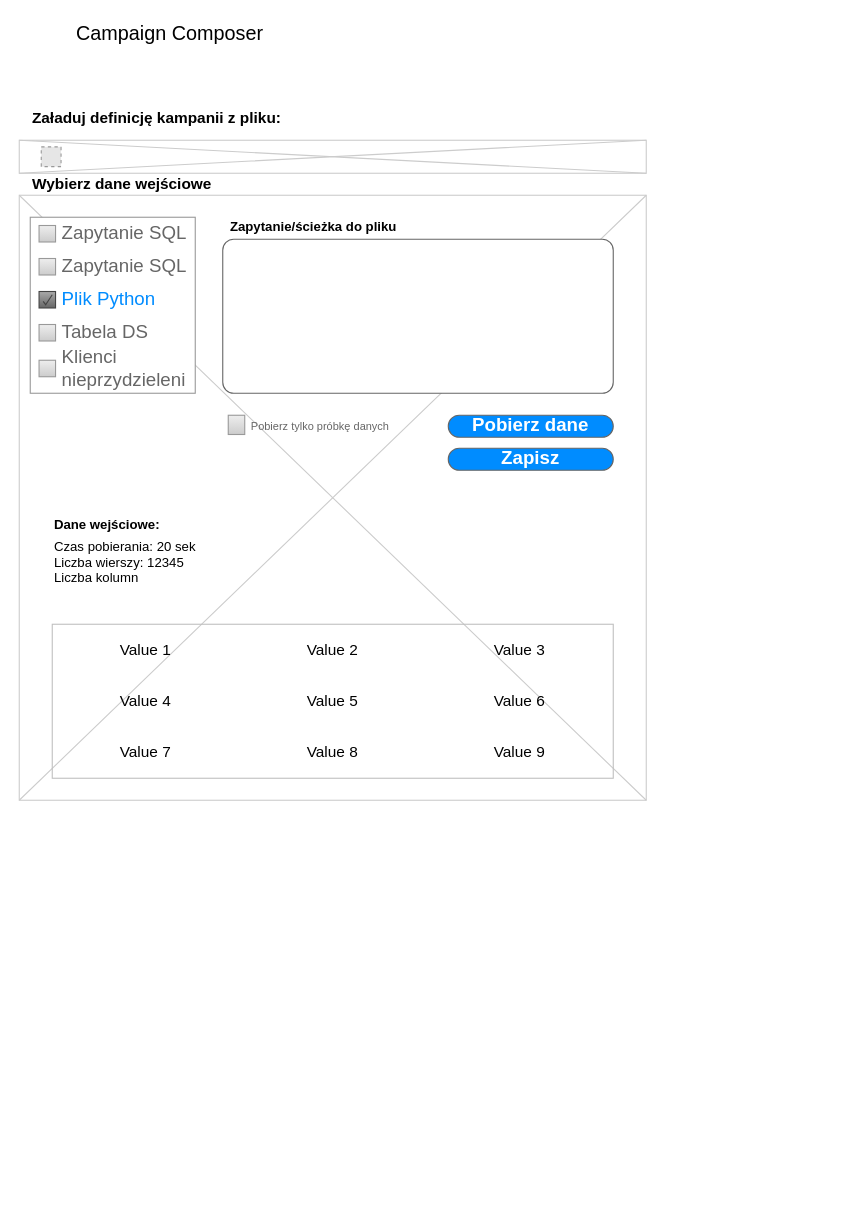
Above: Untitled Diagram.drawio in koxiol/blog (draw.io), before the change. Source tidied: cells renumbered, new cells numbered last; positions are measured from the earlier drawing's top-left corner, leaving out a move shared by most shapes. Both pictures are drawn from the tidied source at 110%, with x=0, y=0 at pixel (19, 19). Pictures stored in the file or linked from it are replaced by grey dashed boxes.
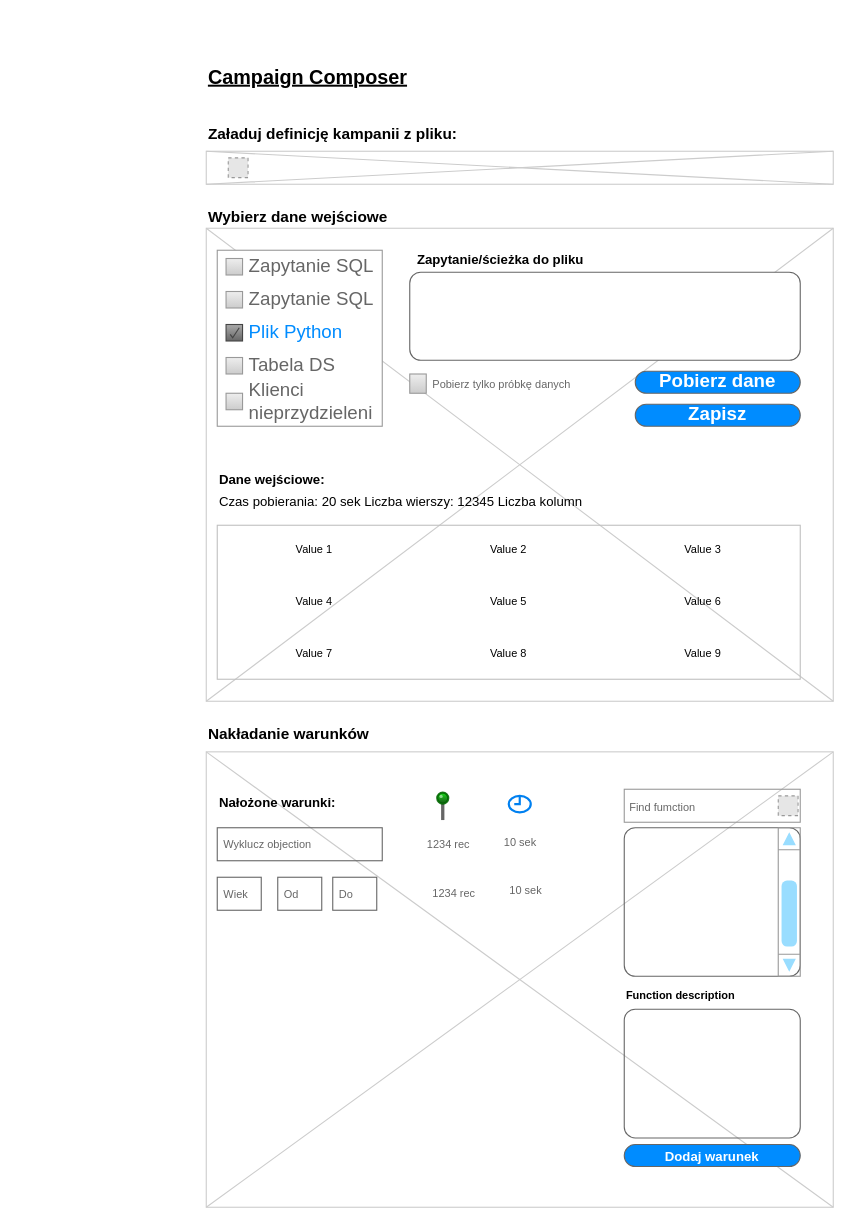
Above is the later version.

What changed in the source:
```diff
@@
     <mxCell id="2" style="verticalLabelPosition=bottom;verticalAlign=top;strokeWidth=1;shape=mxgraph.mockup.graphics.iconGrid;strokeColor=#CCCCCC;gridSize=1,1;" parent="1" vertex="1">
-      <mxGeometry y="160" width="570" height="550" as="geometry" />
+      <mxGeometry x="170" y="190" width="570" height="430" as="geometry" />
     </mxCell>
-    <mxCell id="3" value="Campaign Composer" style="text;spacingTop=-5;fontSize=18;fontStyle=0;" parent="1" vertex="1">
-      <mxGeometry x="50" width="230" height="20" as="geometry" />
+    <mxCell id="3" value="Campaign Composer" style="text;spacingTop=-5;fontSize=18;fontStyle=5;" parent="1" vertex="1">
+      <mxGeometry x="170" y="40" width="230" height="20" as="geometry" />
     </mxCell>
     <mxCell id="4" value="Wybierz dane wejściowe" style="text;spacingTop=-5;fontSize=14;fontStyle=1;" parent="1" vertex="1">
-      <mxGeometry x="10" y="140" width="250" height="20" as="geometry" />
+      <mxGeometry x="170" y="170" width="250" height="20" as="geometry" />
     </mxCell>
     <mxCell id="5" style="verticalLabelPosition=bottom;verticalAlign=top;strokeWidth=1;shape=mxgraph.mockup.graphics.iconGrid;strokeColor=#CCCCCC;gridSize=1,1;" parent="1" vertex="1">
-      <mxGeometry y="110" width="570" height="30" as="geometry" />
+      <mxGeometry x="170" y="120" width="570" height="30" as="geometry" />
     </mxCell>
     <mxCell id="6" value="Zapytanie/ścieżka do pliku" style="text;spacingTop=-5;fontStyle=1;" parent="1" vertex="1">
-      <mxGeometry x="190" y="180" width="30" height="20" as="geometry" />
+      <mxGeometry x="360" y="210" width="30" height="20" as="geometry" />
     </mxCell>
     <mxCell id="7" style="strokeWidth=1;shadow=0;dashed=0;align=center;html=1;shape=mxgraph.mockup.forms.rrect;rSize=0;strokeColor=#999999;fillColor=#ffffff;" parent="1" vertex="1">
-      <mxGeometry x="10" y="180" width="150" height="160" as="geometry" />
+      <mxGeometry x="180" y="210" width="150" height="160" as="geometry" />
     </mxCell>
@@
     <mxCell id="13" style="shape=mxgraph.mockup.containers.marginRect;rectMarginTop=10;strokeColor=#666666;strokeWidth=1;dashed=0;rounded=1;arcSize=5;" parent="1" vertex="1">
-      <mxGeometry x="185" y="190" width="355" height="150" as="geometry" />
+      <mxGeometry x="355" y="220" width="355" height="90" as="geometry" />
     </mxCell>
     <mxCell id="14" value="Załaduj definicję kampanii z pliku:" style="text;spacingTop=-5;fontSize=14;fontStyle=1;" parent="1" vertex="1">
-      <mxGeometry x="10" y="80" width="250" height="20" as="geometry" />
+      <mxGeometry x="170" y="94" width="250" height="20" as="geometry" />
     </mxCell>
     <mxCell id="15" style="fillColor=#E6E6E6;strokeColor=#999999;dashed=1;html=1;verticalAlign=top;verticalLabelPosition=bottom;labelBackgroundColor=#ffffff;fontSize=14;" parent="1" vertex="1">
-      <mxGeometry x="20" y="116" width="18" height="18" as="geometry" />
+      <mxGeometry x="190" y="126" width="18" height="18" as="geometry" />
     </mxCell>
     <mxCell id="16" value="Zapisz" style="strokeWidth=1;shadow=0;dashed=0;align=center;html=1;shape=mxgraph.mockup.buttons.button;strokeColor=#666666;fontColor=#ffffff;mainText=;buttonStyle=round;fontSize=17;fontStyle=1;fillColor=#008cff;whiteSpace=wrap;" parent="1" vertex="1">
-      <mxGeometry x="390" y="390" width="150" height="20" as="geometry" />
+      <mxGeometry x="560" y="350" width="150" height="20" as="geometry" />
     </mxCell>
     <mxCell id="17" value="Pobierz dane" style="strokeWidth=1;shadow=0;dashed=0;align=center;html=1;shape=mxgraph.mockup.buttons.button;strokeColor=#666666;fontColor=#ffffff;mainText=;buttonStyle=round;fontSize=17;fontStyle=1;fillColor=#008cff;whiteSpace=wrap;" parent="1" vertex="1">
-      <mxGeometry x="390" y="360" width="150" height="20" as="geometry" />
+      <mxGeometry x="560" y="320" width="150" height="20" as="geometry" />
     </mxCell>
-    <mxCell id="18" value="&lt;table border=&quot;0&quot; width=&quot;100%&quot; height=&quot;100%&quot; style=&quot;width:100%;height:100%;border-collapse:collapse;&quot;&gt;&lt;tr&gt;&lt;td align=&quot;center&quot;&gt;Value 1&lt;/td&gt;&lt;td align=&quot;center&quot;&gt;Value 2&lt;/td&gt;&lt;td align=&quot;center&quot;&gt;Value 3&lt;/td&gt;&lt;/tr&gt;&lt;tr&gt;&lt;td align=&quot;center&quot;&gt;Value 4&lt;/td&gt;&lt;td align=&quot;center&quot;&gt;Value 5&lt;/td&gt;&lt;td align=&quot;center&quot;&gt;Value 6&lt;/td&gt;&lt;/tr&gt;&lt;tr&gt;&lt;td align=&quot;center&quot;&gt;Value 7&lt;/td&gt;&lt;td align=&quot;center&quot;&gt;Value 8&lt;/td&gt;&lt;td align=&quot;center&quot;&gt;Value 9&lt;/td&gt;&lt;/tr&gt;&lt;/table&gt;" style="text;html=1;strokeColor=#c0c0c0;fillColor=none;overflow=fill;fontSize=14;" parent="1" vertex="1">
-      <mxGeometry x="30" y="550" width="510" height="140" as="geometry" />
+    <mxCell id="18" value="&lt;table border=&quot;0&quot; width=&quot;100%&quot; style=&quot;width: 100% ; height: 100% ; border-collapse: collapse ; font-size: 10px&quot;&gt;&lt;tbody&gt;&lt;tr&gt;&lt;td align=&quot;center&quot;&gt;&lt;font style=&quot;font-size: 10px&quot;&gt;Value 1&lt;/font&gt;&lt;/td&gt;&lt;td align=&quot;center&quot;&gt;&lt;font style=&quot;font-size: 10px&quot;&gt;Value 2&lt;/font&gt;&lt;/td&gt;&lt;td align=&quot;center&quot;&gt;&lt;font style=&quot;font-size: 10px&quot;&gt;Value 3&lt;/font&gt;&lt;/td&gt;&lt;/tr&gt;&lt;tr&gt;&lt;td align=&quot;center&quot;&gt;&lt;font style=&quot;font-size: 10px&quot;&gt;Value 4&lt;/font&gt;&lt;/td&gt;&lt;td align=&quot;center&quot;&gt;&lt;font style=&quot;font-size: 10px&quot;&gt;Value 5&lt;/font&gt;&lt;/td&gt;&lt;td align=&quot;center&quot;&gt;&lt;font style=&quot;font-size: 10px&quot;&gt;Value 6&lt;/font&gt;&lt;/td&gt;&lt;/tr&gt;&lt;tr&gt;&lt;td align=&quot;center&quot;&gt;&lt;font style=&quot;font-size: 10px&quot;&gt;Value 7&lt;/font&gt;&lt;/td&gt;&lt;td align=&quot;center&quot;&gt;&lt;font style=&quot;font-size: 10px&quot;&gt;Value 8&lt;/font&gt;&lt;/td&gt;&lt;td align=&quot;center&quot;&gt;&lt;font style=&quot;font-size: 10px&quot;&gt;Value 9&lt;/font&gt;&lt;/td&gt;&lt;/tr&gt;&lt;/tbody&gt;&lt;/table&gt;" style="text;html=1;strokeColor=#c0c0c0;fillColor=none;overflow=fill;fontSize=14;" parent="1" vertex="1">
+      <mxGeometry x="180" y="460" width="530" height="140" as="geometry" />
     </mxCell>
     <mxCell id="19" value="Dane wejściowe:&#10;" style="text;spacingTop=-5;fontStyle=1;" parent="1" vertex="1">
-      <mxGeometry x="30" y="451" width="30" height="20" as="geometry" />
+      <mxGeometry x="180" y="410" width="30" height="20" as="geometry" />
     </mxCell>
-    <mxCell id="20" value="Czas pobierania: 20 sek&#10;Liczba wierszy: 12345&#10;Liczba kolumn" style="text;spacingTop=-5;fontStyle=0;" parent="1" vertex="1">
-      <mxGeometry x="30" y="471" width="30" height="20" as="geometry" />
+    <mxCell id="20" value="Czas pobierania: 20 sek Liczba wierszy: 12345 Liczba kolumn" style="text;spacingTop=-5;fontStyle=0;" parent="1" vertex="1">
+      <mxGeometry x="180" y="430" width="30" height="20" as="geometry" />
     </mxCell>
     <mxCell id="21" value="&lt;font style=&quot;font-size: 10px&quot;&gt;Pobierz tylko próbkę danych&lt;/font&gt;" style="strokeWidth=1;shadow=0;dashed=0;align=center;html=1;shape=mxgraph.mockup.forms.rrect;rSize=0;fillColor=#eeeeee;strokeColor=#999999;gradientColor=#cccccc;align=left;spacingLeft=4;fontSize=17;fontColor=#666666;labelPosition=right;" parent="1" vertex="1">
-      <mxGeometry x="190" y="360" width="15" height="17.5" as="geometry" />
+      <mxGeometry x="355" y="322.5" width="15" height="17.5" as="geometry" />
     </mxCell>
+    <mxCell id="22" value="Nakładanie warunków" style="text;spacingTop=-5;fontSize=14;fontStyle=1;" parent="1" vertex="1">
+      <mxGeometry x="170" y="640" width="250" height="20" as="geometry" />
+    </mxCell>
+    <mxCell id="23" style="verticalLabelPosition=bottom;verticalAlign=top;strokeWidth=1;shape=mxgraph.mockup.graphics.iconGrid;strokeColor=#CCCCCC;gridSize=1,1;" parent="1" vertex="1">
+      <mxGeometry x="170" y="666" width="570" height="414" as="geometry" />
+    </mxCell>
+    <mxCell id="24" value="&lt;font style=&quot;font-size: 10px&quot;&gt;Find fumction&lt;/font&gt;" style="strokeWidth=1;shadow=0;dashed=0;align=center;html=1;shape=mxgraph.mockup.forms.pwField;strokeColor=#999999;mainText=;align=left;fontColor=#666666;fontSize=17;spacingLeft=3;fillColor=none;gradientColor=none;" parent="1" vertex="1">
+      <mxGeometry x="550" y="700" width="160" height="30" as="geometry" />
+    </mxCell>
+    <mxCell id="25" style="shape=mxgraph.mockup.containers.marginRect;rectMarginTop=10;strokeColor=#666666;strokeWidth=1;dashed=0;rounded=1;arcSize=5;fillColor=none;gradientColor=none;fontSize=14;" parent="1" vertex="1">
+      <mxGeometry x="550" y="725" width="160" height="145" as="geometry" />
+    </mxCell>
+    <mxCell id="26" style="verticalLabelPosition=bottom;shadow=0;dashed=0;align=center;html=1;verticalAlign=top;strokeWidth=1;shape=mxgraph.mockup.navigation.scrollBar;strokeColor=#999999;barPos=20;fillColor2=#99ddff;strokeColor2=none;direction=north;fillColor=none;gradientColor=none;fontSize=10;" parent="1" vertex="1">
+      <mxGeometry x="690" y="735" width="10" height="135" as="geometry" />
+    </mxCell>
+    <mxCell id="27" style="fillColor=#E6E6E6;strokeColor=#999999;dashed=1;html=1;verticalAlign=top;verticalLabelPosition=bottom;labelBackgroundColor=#ffffff;fontSize=13;" parent="1" vertex="1">
+      <mxGeometry x="690" y="706" width="18" height="18" as="geometry" />
+    </mxCell>
+    <mxCell id="28" style="shape=mxgraph.mockup.containers.marginRect;rectMarginTop=10;strokeColor=#666666;strokeWidth=1;dashed=0;rounded=1;arcSize=5;fillColor=none;gradientColor=none;fontSize=12;" parent="1" vertex="1">
+      <mxGeometry x="550" y="890" width="160" height="127" as="geometry" />
+    </mxCell>
+    <mxCell id="29" value="Function description" style="text;spacingTop=-5;fontStyle=1;fontSize=10;" parent="1" vertex="1">
+      <mxGeometry x="550" y="880" width="30" height="20" as="geometry" />
+    </mxCell>
+    <mxCell id="30" value="&lt;span style=&quot;font-size: 12px&quot;&gt;Dodaj warunek&lt;/span&gt;" style="strokeWidth=1;shadow=0;dashed=0;align=center;html=1;shape=mxgraph.mockup.buttons.button;strokeColor=#666666;fontColor=#ffffff;mainText=;buttonStyle=round;fontSize=17;fontStyle=1;fillColor=#008cff;whiteSpace=wrap;" parent="1" vertex="1">
+      <mxGeometry x="550" y="1023" width="160" height="20" as="geometry" />
+    </mxCell>
+    <mxCell id="31" value="Nałożone warunki:" style="text;spacingTop=-5;fontSize=12;fontStyle=1;" parent="1" vertex="1">
+      <mxGeometry x="180" y="704" width="250" height="20" as="geometry" />
+    </mxCell>
+    <mxCell id="32" value="&lt;font style=&quot;font-size: 10px&quot;&gt;Wyklucz objection&lt;/font&gt;" style="strokeWidth=1;shadow=0;dashed=0;align=center;html=1;shape=mxgraph.mockup.text.textBox;fontColor=#666666;align=left;fontSize=17;spacingLeft=4;spacingTop=-3;strokeColor=#666666;mainText=;fillColor=none;gradientColor=none;" parent="1" vertex="1">
+      <mxGeometry x="180" y="735" width="150" height="30" as="geometry" />
+    </mxCell>
+    <mxCell id="33" style="html=1;verticalLabelPosition=bottom;align=center;labelBackgroundColor=#ffffff;verticalAlign=top;strokeWidth=2;strokeColor=#0080F0;shadow=0;dashed=0;shape=mxgraph.ios7.icons.clock;fillColor=none;gradientColor=none;fontSize=12;" parent="1" vertex="1">
+      <mxGeometry x="445" y="706" width="20" height="15" as="geometry" />
+    </mxCell>
+    <mxCell id="34" value="&lt;font style=&quot;font-size: 10px&quot;&gt;10 sek&lt;/font&gt;" style="strokeWidth=1;shadow=0;dashed=0;align=center;html=1;shape=mxgraph.mockup.text.textBox;fontColor=#666666;align=left;fontSize=17;spacingLeft=4;spacingTop=-3;strokeColor=none;mainText=;fillColor=none;gradientColor=none;" parent="1" vertex="1">
+      <mxGeometry x="435" y="735.5" width="40" height="25" as="geometry" />
+    </mxCell>
+    <mxCell id="35" style="verticalLabelPosition=top;shadow=0;dashed=0;align=center;html=1;verticalAlign=bottom;strokeWidth=1;shape=mxgraph.mockup.misc.pin;fillColor2=#00dd00;fillColor3=#004400;strokeColor=#006600;fillColor=none;gradientColor=none;fontSize=12;" parent="1" vertex="1">
+      <mxGeometry x="380" y="703" width="10" height="25" as="geometry" />
+    </mxCell>
+    <mxCell id="36" value="&lt;font style=&quot;font-size: 10px&quot;&gt;1234 rec&lt;/font&gt;" style="strokeWidth=1;shadow=0;dashed=0;align=center;html=1;shape=mxgraph.mockup.text.textBox;fontColor=#666666;align=left;fontSize=17;spacingLeft=4;spacingTop=-3;strokeColor=none;mainText=;fillColor=none;gradientColor=none;" parent="1" vertex="1">
+      <mxGeometry x="365" y="737.5" width="40" height="25" as="geometry" />
+    </mxCell>
+    <mxCell id="37" value="&lt;font style=&quot;font-size: 10px&quot;&gt;Wiek&lt;/font&gt;" style="strokeWidth=1;shadow=0;dashed=0;align=center;html=1;shape=mxgraph.mockup.text.textBox;fontColor=#666666;align=left;fontSize=17;spacingLeft=4;spacingTop=-3;strokeColor=#666666;mainText=;fillColor=none;gradientColor=none;" parent="1" vertex="1">
+      <mxGeometry x="180" y="780" width="40" height="30" as="geometry" />
+    </mxCell>
+    <mxCell id="38" value="&lt;font style=&quot;font-size: 10px&quot;&gt;Od&lt;/font&gt;" style="strokeWidth=1;shadow=0;dashed=0;align=center;html=1;shape=mxgraph.mockup.text.textBox;fontColor=#666666;align=left;fontSize=17;spacingLeft=4;spacingTop=-3;strokeColor=#666666;mainText=;fillColor=none;gradientColor=none;" parent="1" vertex="1">
+      <mxGeometry x="235" y="780" width="40" height="30" as="geometry" />
+    </mxCell>
+    <mxCell id="39" value="&lt;font style=&quot;font-size: 10px&quot;&gt;Do&lt;/font&gt;" style="strokeWidth=1;shadow=0;dashed=0;align=center;html=1;shape=mxgraph.mockup.text.textBox;fontColor=#666666;align=left;fontSize=17;spacingLeft=4;spacingTop=-3;strokeColor=#666666;mainText=;fillColor=none;gradientColor=none;" parent="1" vertex="1">
+      <mxGeometry x="285" y="780" width="40" height="30" as="geometry" />
+    </mxCell>
+    <mxCell id="40" value="&lt;font style=&quot;font-size: 10px&quot;&gt;10 sek&lt;/font&gt;" style="strokeWidth=1;shadow=0;dashed=0;align=center;html=1;shape=mxgraph.mockup.text.textBox;fontColor=#666666;align=left;fontSize=17;spacingLeft=4;spacingTop=-3;strokeColor=none;mainText=;fillColor=none;gradientColor=none;" parent="1" vertex="1">
+      <mxGeometry x="440" y="780" width="40" height="25" as="geometry" />
+    </mxCell>
+    <mxCell id="41" value="&lt;font style=&quot;font-size: 10px&quot;&gt;1234 rec&lt;/font&gt;" style="strokeWidth=1;shadow=0;dashed=0;align=center;html=1;shape=mxgraph.mockup.text.textBox;fontColor=#666666;align=left;fontSize=17;spacingLeft=4;spacingTop=-3;strokeColor=none;mainText=;fillColor=none;gradientColor=none;" parent="1" vertex="1">
+      <mxGeometry x="370" y="782" width="40" height="25" as="geometry" />
+    </mxCell>
```
